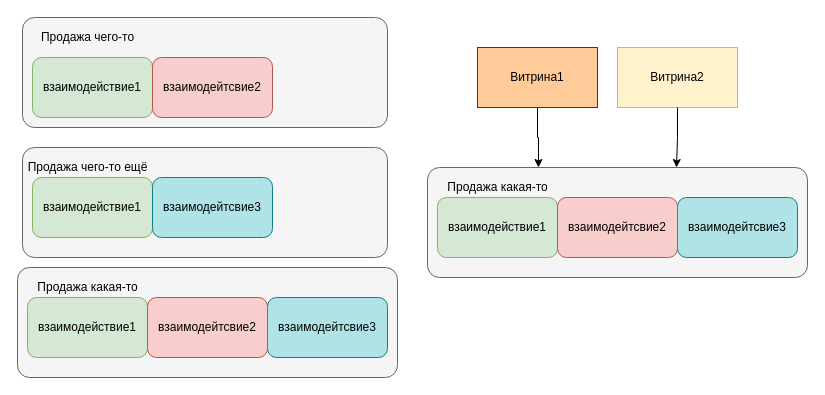
Before: page "Пример" (8 of 8) of ExpApiSchematics.drawio in jwkig/expApi, a draw.io diagram. Source tidied: cells renumbered, new cells numbered last; positions are measured from the earlier drawing's top-left corner, leaving out a move shared by most shapes. Both pictures are drawn from the tidied source at 100%, with x=0, y=0 at pixel (17, 17).
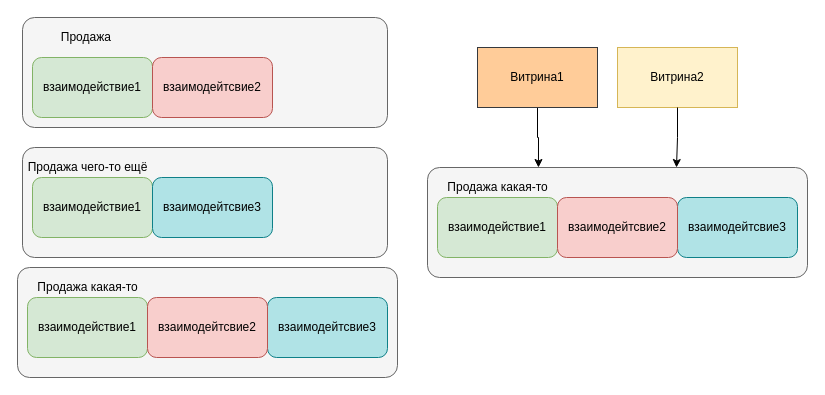
The same diagram, later.

The edit, as a diff of the source:
```diff
@@
-    <mxCell id="3" value="Продажа чего-то" style="text;html=1;align=center;verticalAlign=middle;" parent="1" vertex="1">
-      <mxGeometry x="15" y="10" width="110" height="20" as="geometry" />
+    <mxCell id="3" value="Продажа&amp;nbsp;" style="text;html=1;align=center;verticalAlign=middle;" parent="1" vertex="1">
+      <mxGeometry x="35" y="10" width="70" height="20" as="geometry" />
     </mxCell>
```
